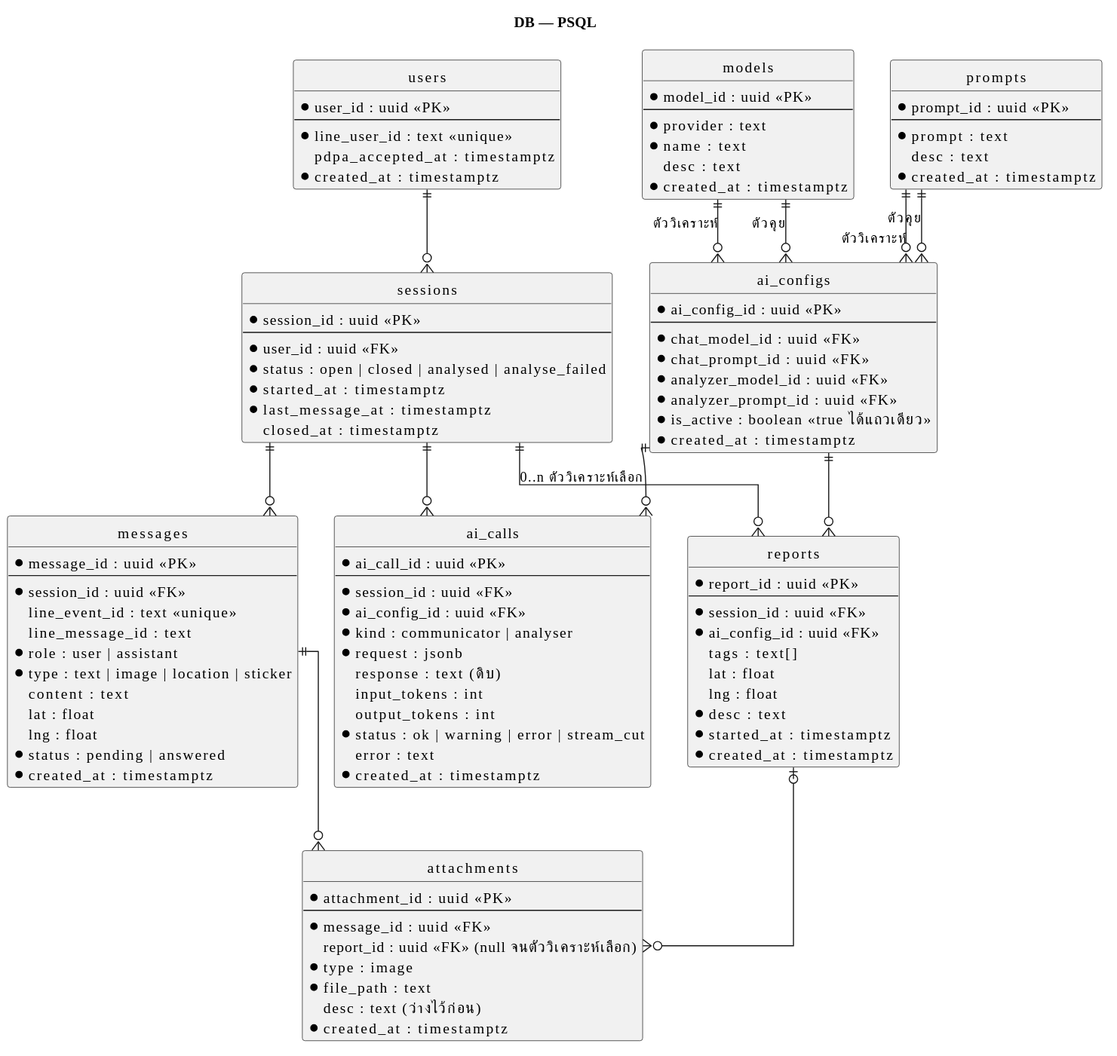
The PlantUML diagram docs/designs/07-dbdiagram/db.svg in tonkitcstu/ucr-smartcity_chatbot, before a commit.
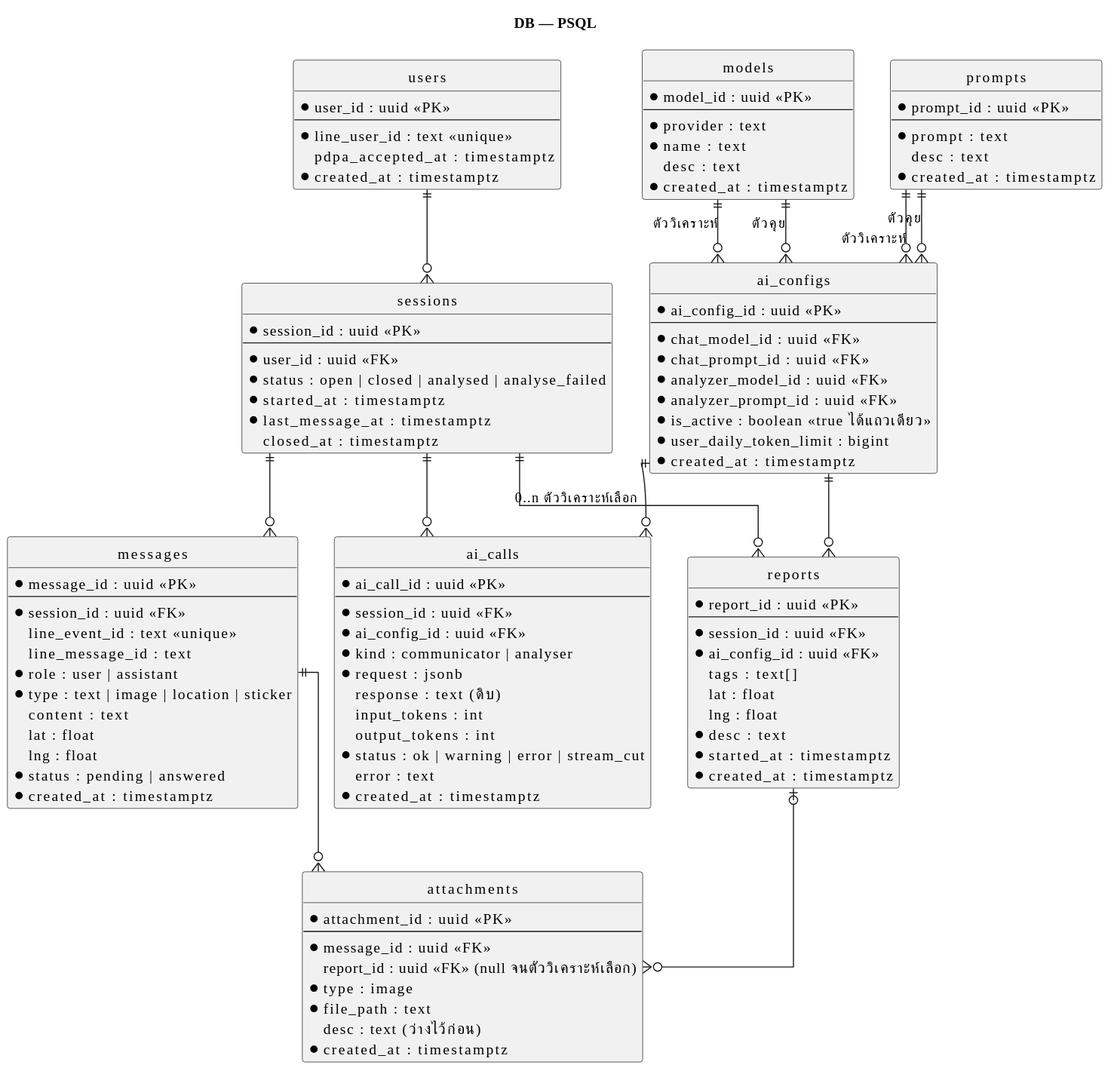
Above is the later version.

Commit message:
docs(designs): เพดาน token ต่อผู้แจ้งต่อวัน — นับ token ของ ai_calls ในวันนี้ตามเวลาไทย · เพดานอยู่ใน ai_configs แถวที่เลือก · เกินแล้ว controller ตอบข้อความแข็ง ไม่เข้า buffer ไม่แตะ state (#239)

What changed in the source:
```diff
@@ -87,6 +87,7 @@
   * analyzer_model_id : uuid <<FK>>
   * analyzer_prompt_id : uuid <<FK>>
   * is_active : boolean <<true ได้แถวเดียว>>
+  * user_daily_token_limit : bigint
   * created_at : timestamptz
 }
 
```
